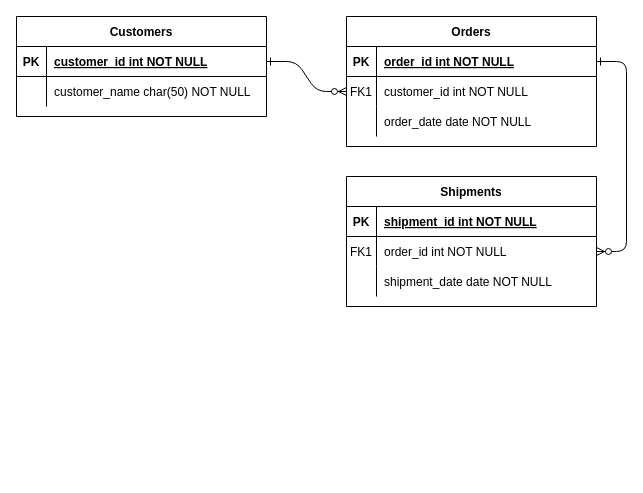
The draw.io diagram Untitled Diagram.drawio in JaikishanMK0701/Projects, before the edit. Source tidied: cells renumbered, new cells numbered last; positions are measured from the earlier drawing's top-left corner, leaving out a move shared by most shapes. Both pictures are drawn from the tidied source at 100%, with x=0, y=0 at pixel (16, 16).
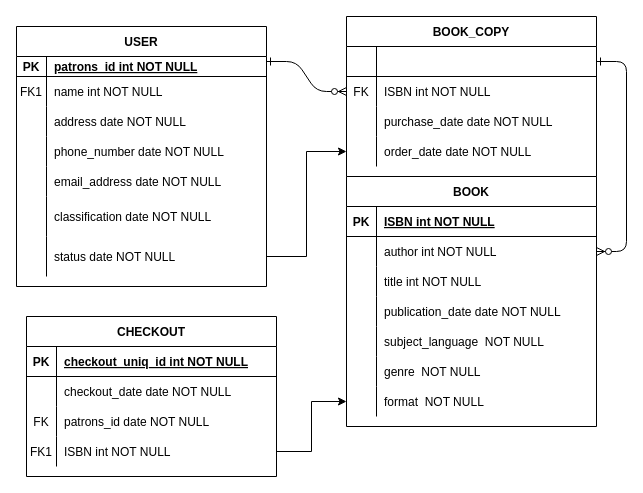
The same diagram, later.

The change refers to these unchanged cells:
```xml
<mxCell id="5" style="shape=partialRectangle;fillColor=none;points=[[0,0.5],[1,0.5]];portConstraint=eastwest;top=0;left=0;right=0;bottom=1;" parent="4" vertex="1">
  <mxGeometry y="30" width="250" height="30" as="geometry" />
</mxCell>
<mxCell id="8" style="shape=partialRectangle;fillColor=none;points=[[0,0.5],[1,0.5]];portConstraint=eastwest;top=0;left=0;right=0;bottom=0;" parent="4" vertex="1">
  <mxGeometry y="60" width="250" height="30" as="geometry" />
</mxCell>
<mxCell id="11" style="shape=partialRectangle;fillColor=none;top=0;left=0;right=0;bottom=0;" parent="4" vertex="1">
  <mxGeometry y="90" width="250" height="30" as="geometry" />
</mxCell>
<mxCell id="15" style="shape=partialRectangle;fillColor=none;top=0;left=0;right=0;bottom=1;" parent="14" vertex="1">
  <mxGeometry y="30" width="250" height="30" as="geometry" />
</mxCell>
<mxCell id="18" style="shape=partialRectangle;fillColor=none;points=[[0,0.5],[1,0.5]];portConstraint=eastwest;top=0;left=0;right=0;bottom=0;" parent="14" vertex="1">
  <mxGeometry y="60" width="250" height="30" as="geometry" />
</mxCell>
```

What changed in the source:
```diff
@@
-    <mxCell id="2" style="edgeStyle=entityRelationEdgeStyle;endArrow=ERzeroToMany;startArrow=ERone;endFill=1;startFill=0;" parent="1" edge="1" source="25" target="8">
-      <mxGeometry relative="1" as="geometry" />
+    <mxCell id="2" style="edgeStyle=entityRelationEdgeStyle;endArrow=ERzeroToMany;startArrow=ERone;endFill=1;startFill=0;" parent="1" edge="1" target="8">
+      <mxGeometry relative="1" as="geometry">
+        <mxPoint x="250" y="45" as="sourcePoint" />
+      </mxGeometry>
     </mxCell>
@@
-    <mxCell id="4" value="Orders" style="shape=table;startSize=30;childLayout=tableLayout;rowLines=0;fontStyle=1;align=center;" parent="1" vertex="1">
-      <mxGeometry x="330" width="250" height="130" as="geometry" />
+    <mxCell id="4" value="BOOK_COPY" style="shape=table;startSize=30;childLayout=tableLayout;rowLines=0;fontStyle=1;align=center;" parent="1" vertex="1">
+      <mxGeometry x="330" width="250" height="160" as="geometry" />
     </mxCell>
@@
-    <mxCell id="6" value="PK" style="shape=partialRectangle;overflow=hidden;fillColor=none;top=0;left=0;bottom=0;right=0;fontStyle=1;" parent="5" vertex="1">
+    <mxCell id="6" style="shape=partialRectangle;overflow=hidden;fillColor=none;top=0;left=0;bottom=0;right=0;fontStyle=1;" parent="5" vertex="1">
       <mxGeometry width="30" height="30" as="geometry" />
     </mxCell>
-    <mxCell id="7" value="order_id int NOT NULL " style="shape=partialRectangle;overflow=hidden;fillColor=none;top=0;left=0;bottom=0;right=0;align=left;spacingLeft=6;fontStyle=5;" parent="5" vertex="1">
+    <mxCell id="7" style="shape=partialRectangle;overflow=hidden;fillColor=none;top=0;left=0;bottom=0;right=0;align=left;spacingLeft=6;fontStyle=5;" parent="5" vertex="1">
       <mxGeometry x="30" width="220" height="30" as="geometry" />
     </mxCell>
@@
-    <mxCell id="9" value="FK1" style="shape=partialRectangle;overflow=hidden;fillColor=none;top=0;left=0;bottom=0;right=0;" parent="8" vertex="1">
+    <mxCell id="9" value="FK" style="shape=partialRectangle;overflow=hidden;fillColor=none;top=0;left=0;bottom=0;right=0;" parent="8" vertex="1">
       <mxGeometry width="30" height="30" as="geometry" />
     </mxCell>
-    <mxCell id="10" value="customer_id int NOT NULL" style="shape=partialRectangle;overflow=hidden;fillColor=none;top=0;left=0;bottom=0;right=0;align=left;spacingLeft=6;" parent="8" vertex="1">
+    <mxCell id="10" value="ISBN int NOT NULL" style="shape=partialRectangle;overflow=hidden;fillColor=none;top=0;left=0;bottom=0;right=0;align=left;spacingLeft=6;" parent="8" vertex="1">
       <mxGeometry x="30" width="220" height="30" as="geometry" />
     </mxCell>
@@
-    <mxCell id="13" value="order_date date NOT NULL" style="shape=partialRectangle;overflow=hidden;fillColor=none;top=0;left=0;bottom=0;right=0;align=left;spacingLeft=6;" parent="11" vertex="1">
+    <mxCell id="13" value="purchase_date date NOT NULL" style="shape=partialRectangle;overflow=hidden;fillColor=none;top=0;left=0;bottom=0;right=0;align=left;spacingLeft=6;" parent="11" vertex="1">
       <mxGeometry x="30" width="220" height="30" as="geometry" />
     </mxCell>
+    <mxCell id="31" style="shape=partialRectangle;fillColor=none;points=[[0,0.5],[1,0.5]];portConstraint=eastwest;top=0;left=0;right=0;bottom=0;" parent="4" vertex="1">
+      <mxGeometry y="120" width="250" height="30" as="geometry" />
+    </mxCell>
+    <mxCell id="32" style="shape=partialRectangle;overflow=hidden;fillColor=none;top=0;left=0;bottom=0;right=0;" parent="31" vertex="1">
+      <mxGeometry width="30" height="30" as="geometry" />
+    </mxCell>
+    <mxCell id="33" value="order_date date NOT NULL" style="shape=partialRectangle;overflow=hidden;fillColor=none;top=0;left=0;bottom=0;right=0;align=left;spacingLeft=6;" parent="31" vertex="1">
+      <mxGeometry x="30" width="220" height="30" as="geometry" />
+    </mxCell>
-    <mxCell id="14" value="Shipments" style="shape=table;startSize=30;childLayout=tableLayout;rowLines=0;fontStyle=1;align=center;" parent="1" vertex="1">
-      <mxGeometry x="330" y="160" width="250" height="130" as="geometry" />
+    <mxCell id="14" value="BOOK" style="shape=table;startSize=30;childLayout=tableLayout;rowLines=0;fontStyle=1;align=center;" parent="1" vertex="1">
+      <mxGeometry x="330" y="160" width="250" height="250" as="geometry" />
     </mxCell>
@@
-    <mxCell id="17" value="shipment_id int NOT NULL " style="shape=partialRectangle;overflow=hidden;fillColor=none;top=0;left=0;bottom=0;right=0;align=left;spacingLeft=6;fontStyle=5;" parent="15" vertex="1">
+    <mxCell id="17" value="ISBN int NOT NULL " style="shape=partialRectangle;overflow=hidden;fillColor=none;top=0;left=0;bottom=0;right=0;align=left;spacingLeft=6;fontStyle=5;" parent="15" vertex="1">
       <mxGeometry x="30" width="220" height="30" as="geometry" />
     </mxCell>
@@
-    <mxCell id="19" value="FK1" style="shape=partialRectangle;overflow=hidden;fillColor=none;top=0;left=0;bottom=0;right=0;" parent="18" vertex="1">
+    <mxCell id="19" style="shape=partialRectangle;overflow=hidden;fillColor=none;top=0;left=0;bottom=0;right=0;" parent="18" vertex="1">
       <mxGeometry width="30" height="30" as="geometry" />
     </mxCell>
-    <mxCell id="20" value="order_id int NOT NULL" style="shape=partialRectangle;overflow=hidden;fillColor=none;top=0;left=0;bottom=0;right=0;align=left;spacingLeft=6;" parent="18" vertex="1">
+    <mxCell id="20" value="author int NOT NULL" style="shape=partialRectangle;overflow=hidden;fillColor=none;top=0;left=0;bottom=0;right=0;align=left;spacingLeft=6;" parent="18" vertex="1">
       <mxGeometry x="30" width="220" height="30" as="geometry" />
     </mxCell>
+    <mxCell id="34" style="shape=partialRectangle;fillColor=none;top=0;left=0;right=0;bottom=0;" parent="14" vertex="1">
+      <mxGeometry y="90" width="250" height="30" as="geometry" />
+    </mxCell>
+    <mxCell id="35" style="shape=partialRectangle;overflow=hidden;fillColor=none;top=0;left=0;bottom=0;right=0;" parent="34" vertex="1">
+      <mxGeometry width="30" height="30" as="geometry" />
+    </mxCell>
+    <mxCell id="36" value="title int NOT NULL" style="shape=partialRectangle;overflow=hidden;fillColor=none;top=0;left=0;bottom=0;right=0;align=left;spacingLeft=6;" parent="34" vertex="1">
+      <mxGeometry x="30" width="220" height="30" as="geometry" />
+    </mxCell>
     <mxCell id="21" style="shape=partialRectangle;fillColor=none;top=0;left=0;right=0;bottom=0;" parent="14" vertex="1">
-      <mxGeometry y="90" width="250" height="30" as="geometry" />
+      <mxGeometry y="120" width="250" height="30" as="geometry" />
     </mxCell>
@@
-    <mxCell id="23" value="shipment_date date NOT NULL" style="shape=partialRectangle;overflow=hidden;fillColor=none;top=0;left=0;bottom=0;right=0;align=left;spacingLeft=6;" parent="21" vertex="1">
+    <mxCell id="23" value="publication_date date NOT NULL" style="shape=partialRectangle;overflow=hidden;fillColor=none;top=0;left=0;bottom=0;right=0;align=left;spacingLeft=6;" parent="21" vertex="1">
       <mxGeometry x="30" width="220" height="30" as="geometry" />
     </mxCell>
-    <mxCell id="24" value="Customers" style="shape=table;startSize=30;childLayout=tableLayout;rowLines=0;fontStyle=1;align=center;" parent="1" vertex="1">
-      <mxGeometry width="250" height="100" as="geometry" />
-    </mxCell>
+    <mxCell id="37" style="shape=partialRectangle;fillColor=none;top=0;left=0;right=0;bottom=0;" parent="14" vertex="1">
+      <mxGeometry y="150" width="250" height="30" as="geometry" />
+    </mxCell>
+    <mxCell id="38" style="shape=partialRectangle;overflow=hidden;fillColor=none;top=0;left=0;bottom=0;right=0;" parent="37" vertex="1">
+      <mxGeometry width="30" height="30" as="geometry" />
+    </mxCell>
+    <mxCell id="39" value="subject_language  NOT NULL" style="shape=partialRectangle;overflow=hidden;fillColor=none;top=0;left=0;bottom=0;right=0;align=left;spacingLeft=6;" parent="37" vertex="1">
+      <mxGeometry x="30" width="220" height="30" as="geometry" />
+    </mxCell>
+    <mxCell id="40" style="shape=partialRectangle;fillColor=none;top=0;left=0;right=0;bottom=0;" parent="14" vertex="1">
+      <mxGeometry y="180" width="250" height="30" as="geometry" />
+    </mxCell>
+    <mxCell id="41" style="shape=partialRectangle;overflow=hidden;fillColor=none;top=0;left=0;bottom=0;right=0;" parent="40" vertex="1">
+      <mxGeometry width="30" height="30" as="geometry" />
+    </mxCell>
+    <mxCell id="42" value="genre  NOT NULL" style="shape=partialRectangle;overflow=hidden;fillColor=none;top=0;left=0;bottom=0;right=0;align=left;spacingLeft=6;" parent="40" vertex="1">
+      <mxGeometry x="30" width="220" height="30" as="geometry" />
+    </mxCell>
+    <mxCell id="43" style="shape=partialRectangle;fillColor=none;points=[[0,0.5],[1,0.5]];portConstraint=eastwest;top=0;left=0;right=0;bottom=0;" parent="14" vertex="1">
+      <mxGeometry y="210" width="250" height="30" as="geometry" />
+    </mxCell>
+    <mxCell id="44" style="shape=partialRectangle;overflow=hidden;fillColor=none;top=0;left=0;bottom=0;right=0;" parent="43" vertex="1">
+      <mxGeometry width="30" height="30" as="geometry" />
+    </mxCell>
+    <mxCell id="45" value="format  NOT NULL" style="shape=partialRectangle;overflow=hidden;fillColor=none;top=0;left=0;bottom=0;right=0;align=left;spacingLeft=6;" parent="43" vertex="1">
+      <mxGeometry x="30" width="220" height="30" as="geometry" />
+    </mxCell>
+    <mxCell id="46" value="CHECKOUT" style="shape=table;startSize=30;childLayout=tableLayout;rowLines=0;fontStyle=1;align=center;" parent="1" vertex="1">
+      <mxGeometry x="10" y="300" width="250" height="160" as="geometry" />
+    </mxCell>
-    <mxCell id="25" style="shape=partialRectangle;fillColor=none;points=[[0,0.5],[1,0.5]];portConstraint=eastwest;top=0;left=0;right=0;bottom=1;" parent="24" vertex="1">
+    <mxCell id="25" style="shape=partialRectangle;fillColor=none;points=[[0,0.5],[1,0.5]];portConstraint=eastwest;top=0;left=0;right=0;bottom=1;" parent="46" vertex="1">
       <mxGeometry y="30" width="250" height="30" as="geometry" />
     </mxCell>
@@
-    <mxCell id="27" value="customer_id int NOT NULL " style="shape=partialRectangle;overflow=hidden;fillColor=none;top=0;left=0;bottom=0;right=0;align=left;spacingLeft=6;fontStyle=5;" parent="25" vertex="1">
-      <mxGeometry x="30" width="220" height="30" as="geometry" />
-    </mxCell>
+    <mxCell id="47" value="checkout_uniq_id int NOT NULL " style="shape=partialRectangle;overflow=hidden;fillColor=none;top=0;left=0;bottom=0;right=0;align=left;spacingLeft=6;fontStyle=5;" parent="25" vertex="1">
+      <mxGeometry x="30" width="220" height="30" as="geometry" />
+    </mxCell>
-    <mxCell id="28" style="shape=partialRectangle;fillColor=none;top=0;left=0;right=0;bottom=0;" parent="24" vertex="1">
+    <mxCell id="28" style="shape=partialRectangle;fillColor=none;top=0;left=0;right=0;bottom=0;" parent="46" vertex="1">
       <mxGeometry y="60" width="250" height="30" as="geometry" />
     </mxCell>
-    <mxCell id="29" style="shape=partialRectangle;overflow=hidden;fillColor=none;top=0;left=0;bottom=0;right=0;" parent="28" vertex="1">
-      <mxGeometry width="30" height="30" as="geometry" />
-    </mxCell>
-    <mxCell id="30" value="customer_name char(50) NOT NULL" style="shape=partialRectangle;overflow=hidden;fillColor=none;top=0;left=0;bottom=0;right=0;align=left;spacingLeft=6;" parent="28" vertex="1">
-      <mxGeometry x="30" width="220" height="30" as="geometry" />
-    </mxCell>
+    <mxCell id="48" style="shape=partialRectangle;overflow=hidden;fillColor=none;top=0;left=0;bottom=0;right=0;" parent="28" vertex="1">
+      <mxGeometry width="30" height="30" as="geometry" />
+    </mxCell>
+    <mxCell id="49" value="checkout_date date NOT NULL" style="shape=partialRectangle;overflow=hidden;fillColor=none;top=0;left=0;bottom=0;right=0;align=left;spacingLeft=6;" parent="28" vertex="1">
+      <mxGeometry x="30" width="220" height="30" as="geometry" />
+    </mxCell>
+    <mxCell id="50" style="shape=partialRectangle;fillColor=none;top=0;left=0;right=0;bottom=0;" parent="46" vertex="1">
+      <mxGeometry y="90" width="250" height="30" as="geometry" />
+    </mxCell>
+    <mxCell id="51" value="FK" style="shape=partialRectangle;overflow=hidden;fillColor=none;top=0;left=0;bottom=0;right=0;" parent="50" vertex="1">
+      <mxGeometry width="30" height="30" as="geometry" />
+    </mxCell>
+    <mxCell id="52" value="patrons_id date NOT NULL" style="shape=partialRectangle;overflow=hidden;fillColor=none;top=0;left=0;bottom=0;right=0;align=left;spacingLeft=6;" parent="50" vertex="1">
+      <mxGeometry x="30" width="220" height="30" as="geometry" />
+    </mxCell>
+    <mxCell id="53" style="shape=partialRectangle;fillColor=none;points=[[0,0.5],[1,0.5]];portConstraint=eastwest;top=0;left=0;right=0;bottom=0;" parent="46" vertex="1">
+      <mxGeometry y="120" width="250" height="30" as="geometry" />
+    </mxCell>
+    <mxCell id="54" value="FK1" style="shape=partialRectangle;overflow=hidden;fillColor=none;top=0;left=0;bottom=0;right=0;" parent="53" vertex="1">
+      <mxGeometry width="30" height="30" as="geometry" />
+    </mxCell>
+    <mxCell id="55" value="ISBN int NOT NULL" style="shape=partialRectangle;overflow=hidden;fillColor=none;top=0;left=0;bottom=0;right=0;align=left;spacingLeft=6;" parent="53" vertex="1">
+      <mxGeometry x="30" width="220" height="30" as="geometry" />
+    </mxCell>
+    <mxCell id="56" value="USER" style="shape=table;startSize=30;childLayout=tableLayout;rowLines=0;fontStyle=1;align=center;" parent="1" vertex="1">
+      <mxGeometry y="10" width="250" height="260" as="geometry" />
+    </mxCell>
+    <mxCell id="57" style="shape=partialRectangle;fillColor=none;top=0;left=0;right=0;bottom=1;" parent="56" vertex="1">
+      <mxGeometry y="30" width="250" height="20" as="geometry" />
+    </mxCell>
+    <mxCell id="58" value="PK" style="shape=partialRectangle;overflow=hidden;fillColor=none;top=0;left=0;bottom=0;right=0;fontStyle=1;" parent="57" vertex="1">
+      <mxGeometry width="30" height="20" as="geometry" />
+    </mxCell>
+    <mxCell id="59" value="patrons_id int NOT NULL " style="shape=partialRectangle;overflow=hidden;fillColor=none;top=0;left=0;bottom=0;right=0;align=left;spacingLeft=6;fontStyle=5;" parent="57" vertex="1">
+      <mxGeometry x="30" width="220" height="20" as="geometry" />
+    </mxCell>
+    <mxCell id="60" style="shape=partialRectangle;fillColor=none;top=0;left=0;right=0;bottom=0;" parent="56" vertex="1">
+      <mxGeometry y="50" width="250" height="30" as="geometry" />
+    </mxCell>
+    <mxCell id="61" value="FK1" style="shape=partialRectangle;overflow=hidden;fillColor=none;top=0;left=0;bottom=0;right=0;" parent="60" vertex="1">
+      <mxGeometry width="30" height="30" as="geometry" />
+    </mxCell>
+    <mxCell id="62" value="name int NOT NULL" style="shape=partialRectangle;overflow=hidden;fillColor=none;top=0;left=0;bottom=0;right=0;align=left;spacingLeft=6;" parent="60" vertex="1">
+      <mxGeometry x="30" width="220" height="30" as="geometry" />
+    </mxCell>
+    <mxCell id="63" style="shape=partialRectangle;fillColor=none;top=0;left=0;right=0;bottom=0;" parent="56" vertex="1">
+      <mxGeometry y="80" width="250" height="30" as="geometry" />
+    </mxCell>
+    <mxCell id="64" style="shape=partialRectangle;overflow=hidden;fillColor=none;top=0;left=0;bottom=0;right=0;" parent="63" vertex="1">
+      <mxGeometry width="30" height="30" as="geometry" />
+    </mxCell>
+    <mxCell id="65" value="address date NOT NULL" style="shape=partialRectangle;overflow=hidden;fillColor=none;top=0;left=0;bottom=0;right=0;align=left;spacingLeft=6;" parent="63" vertex="1">
+      <mxGeometry x="30" width="220" height="30" as="geometry" />
+    </mxCell>
+    <mxCell id="66" style="shape=partialRectangle;fillColor=none;top=0;left=0;right=0;bottom=0;" parent="56" vertex="1">
+      <mxGeometry y="110" width="250" height="30" as="geometry" />
+    </mxCell>
+    <mxCell id="67" style="shape=partialRectangle;overflow=hidden;fillColor=none;top=0;left=0;bottom=0;right=0;" parent="66" vertex="1">
+      <mxGeometry width="30" height="30" as="geometry" />
+    </mxCell>
+    <mxCell id="68" value="phone_number date NOT NULL" style="shape=partialRectangle;overflow=hidden;fillColor=none;top=0;left=0;bottom=0;right=0;align=left;spacingLeft=6;" parent="66" vertex="1">
+      <mxGeometry x="30" width="220" height="30" as="geometry" />
+    </mxCell>
+    <mxCell id="69" style="shape=partialRectangle;fillColor=none;top=0;left=0;right=0;bottom=0;" parent="56" vertex="1">
+      <mxGeometry y="140" width="250" height="30" as="geometry" />
+    </mxCell>
+    <mxCell id="70" style="shape=partialRectangle;overflow=hidden;fillColor=none;top=0;left=0;bottom=0;right=0;" parent="69" vertex="1">
+      <mxGeometry width="30" height="30" as="geometry" />
+    </mxCell>
+    <mxCell id="71" value="email_address date NOT NULL" style="shape=partialRectangle;overflow=hidden;fillColor=none;top=0;left=0;bottom=0;right=0;align=left;spacingLeft=6;" parent="69" vertex="1">
+      <mxGeometry x="30" width="220" height="30" as="geometry" />
+    </mxCell>
+    <mxCell id="72" style="shape=partialRectangle;fillColor=none;top=0;left=0;right=0;bottom=0;" parent="56" vertex="1">
+      <mxGeometry y="170" width="250" height="40" as="geometry" />
+    </mxCell>
+    <mxCell id="73" style="shape=partialRectangle;overflow=hidden;fillColor=none;top=0;left=0;bottom=0;right=0;" parent="72" vertex="1">
+      <mxGeometry width="30" height="40" as="geometry" />
+    </mxCell>
+    <mxCell id="74" value="classification date NOT NULL" style="shape=partialRectangle;overflow=hidden;fillColor=none;top=0;left=0;bottom=0;right=0;align=left;spacingLeft=6;" parent="72" vertex="1">
+      <mxGeometry x="30" width="220" height="40" as="geometry" />
+    </mxCell>
+    <mxCell id="75" style="shape=partialRectangle;fillColor=none;points=[[0,0.5],[1,0.5]];portConstraint=eastwest;top=0;left=0;right=0;bottom=0;" parent="56" vertex="1">
+      <mxGeometry y="210" width="250" height="40" as="geometry" />
+    </mxCell>
+    <mxCell id="76" style="shape=partialRectangle;overflow=hidden;fillColor=none;top=0;left=0;bottom=0;right=0;" parent="75" vertex="1">
+      <mxGeometry width="30" height="40" as="geometry" />
+    </mxCell>
+    <mxCell id="77" value="status date NOT NULL" style="shape=partialRectangle;overflow=hidden;fillColor=none;top=0;left=0;bottom=0;right=0;align=left;spacingLeft=6;" parent="75" vertex="1">
+      <mxGeometry x="30" width="220" height="40" as="geometry" />
+    </mxCell>
+    <mxCell id="78" style="edgeStyle=orthogonalEdgeStyle;rounded=0;jettySize=auto;html=1;" parent="1" edge="1" source="75" target="31">
+      <mxGeometry relative="1" as="geometry" />
+    </mxCell>
+    <mxCell id="79" style="edgeStyle=orthogonalEdgeStyle;rounded=0;jettySize=auto;html=1;" parent="1" edge="1" source="53" target="43">
+      <mxGeometry relative="1" as="geometry" />
+    </mxCell>
```
